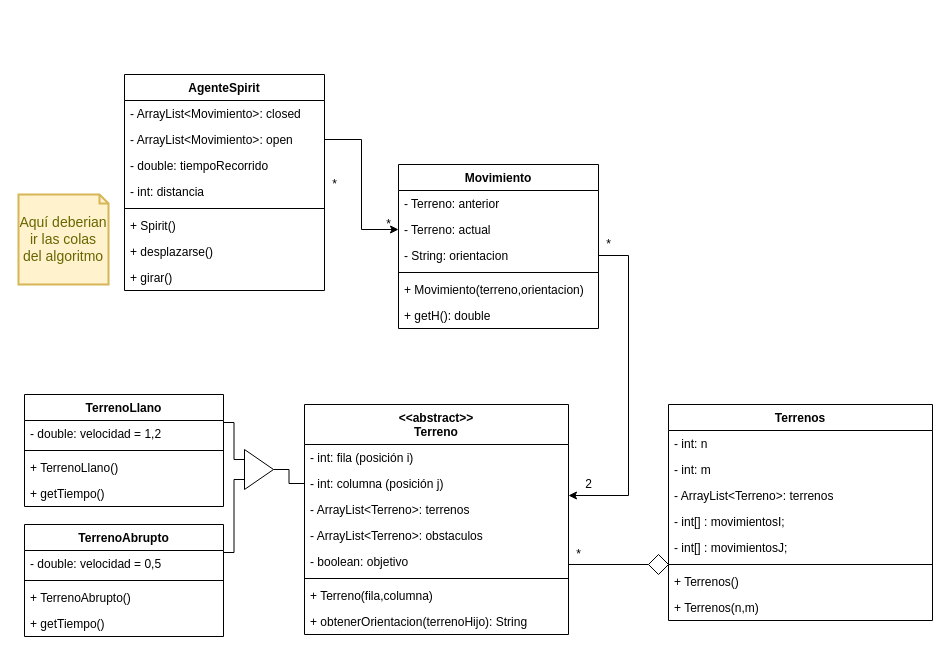
Before: Modelamiento/modelo.drawio in fibbs-bs/Spirit-BestFirstSearch, a draw.io diagram. Source tidied: cells renumbered, new cells numbered last; positions are measured from the earlier drawing's top-left corner, leaving out a move shared by most shapes. Both pictures are drawn from the tidied source at 100%, with x=0, y=0 at pixel (18, 74).
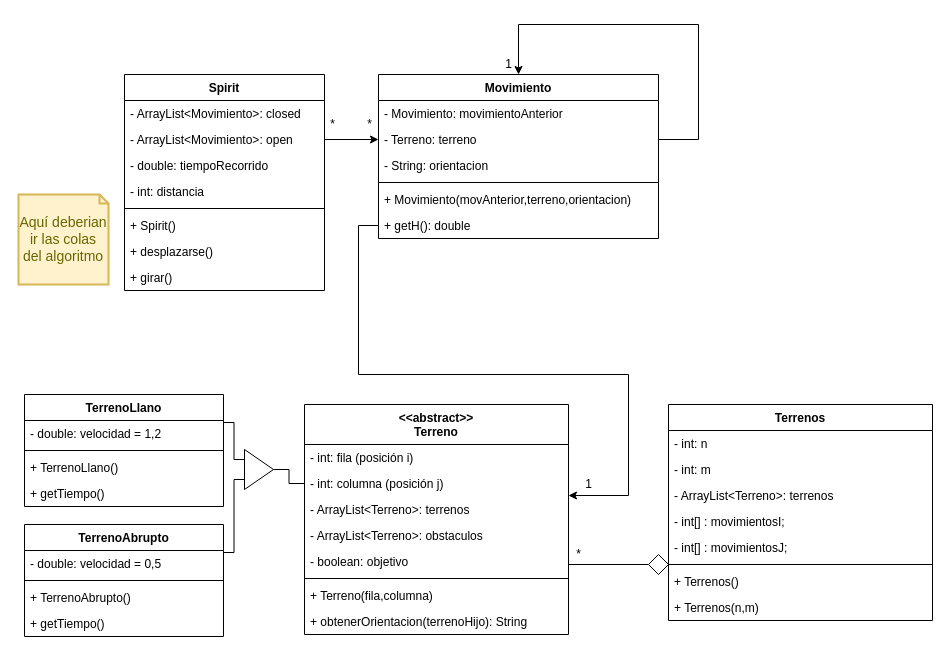
The same diagram, later.

Diff of the diagram source:
```diff
@@
-    <mxCell id="11" value="AgenteSpirit" style="swimlane;fontStyle=1;align=center;verticalAlign=top;horizontal=1;startSize=26;" parent="1" vertex="1">
+    <mxCell id="11" value="Spirit" style="swimlane;fontStyle=1;align=center;verticalAlign=top;horizontal=1;startSize=26;" parent="1" vertex="1">
       <mxGeometry x="106" width="200" height="216" as="geometry" />
     </mxCell>
@@
     <mxCell id="36" value="*" style="text;html=1;align=center;verticalAlign=middle;strokeColor=none;fillColor=none;" parent="1" vertex="1">
-      <mxGeometry x="360" y="140" width="20" height="20" as="geometry" />
+      <mxGeometry x="341" y="40" width="20" height="20" as="geometry" />
     </mxCell>
     <mxCell id="37" value="*" style="text;html=1;align=center;verticalAlign=middle;strokeColor=none;fillColor=none;" parent="1" vertex="1">
-      <mxGeometry x="306" y="100" width="20" height="20" as="geometry" />
+      <mxGeometry x="304" y="40" width="20" height="20" as="geometry" />
     </mxCell>
     <mxCell id="38" value="Movimiento" style="swimlane;fontStyle=1;align=center;verticalAlign=top;horizontal=1;startSize=26;" parent="1" vertex="1">
-      <mxGeometry x="380" y="90" width="200" height="164" as="geometry" />
+      <mxGeometry x="360" width="280" height="164" as="geometry" />
     </mxCell>
-    <mxCell id="39" value="- Terreno: anterior" style="text;strokeColor=none;fillColor=none;align=left;verticalAlign=top;spacingLeft=4;spacingRight=4;overflow=hidden;" parent="38" vertex="1">
-      <mxGeometry y="26" width="200" height="26" as="geometry" />
+    <mxCell id="39" value="- Movimiento: movimientoAnterior" style="text;strokeColor=none;fillColor=none;align=left;verticalAlign=top;spacingLeft=4;spacingRight=4;overflow=hidden;" parent="38" vertex="1">
+      <mxGeometry y="26" width="280" height="26" as="geometry" />
     </mxCell>
+    <mxCell id="60" style="edgeStyle=orthogonalEdgeStyle;html=1;exitX=1;exitY=0.5;exitDx=0;exitDy=0;entryX=0.5;entryY=0;entryDx=0;entryDy=0;rounded=0;" parent="38" edge="1" source="40" target="38">
+      <mxGeometry relative="1" as="geometry">
+        <Array as="points">
+          <mxPoint x="320" y="65" />
+          <mxPoint x="320" y="-50" />
+          <mxPoint x="140" y="-50" />
+        </Array>
+      </mxGeometry>
+    </mxCell>
-    <mxCell id="40" value="- Terreno: actual" style="text;strokeColor=none;fillColor=none;align=left;verticalAlign=top;spacingLeft=4;spacingRight=4;overflow=hidden;points=[[0,0.5],[1,0.5]];portConstraint=eastwest;" parent="38" vertex="1">
-      <mxGeometry y="52" width="200" height="26" as="geometry" />
+    <mxCell id="40" value="- Terreno: terreno" style="text;strokeColor=none;fillColor=none;align=left;verticalAlign=top;spacingLeft=4;spacingRight=4;overflow=hidden;points=[[0,0.5],[1,0.5]];portConstraint=eastwest;" parent="38" vertex="1">
+      <mxGeometry y="52" width="280" height="26" as="geometry" />
     </mxCell>
     <mxCell id="41" value="- String: orientacion" style="text;strokeColor=none;fillColor=none;align=left;verticalAlign=top;spacingLeft=4;spacingRight=4;overflow=hidden;points=[[0,0.5],[1,0.5]];portConstraint=eastwest;" parent="38" vertex="1">
-      <mxGeometry y="78" width="200" height="26" as="geometry" />
+      <mxGeometry y="78" width="280" height="26" as="geometry" />
     </mxCell>
     <mxCell id="42" style="line;strokeWidth=1;fillColor=none;align=left;verticalAlign=middle;spacingTop=-1;spacingLeft=3;spacingRight=3;labelPosition=right;" parent="38" vertex="1">
-      <mxGeometry y="104" width="200" height="8" as="geometry" />
+      <mxGeometry y="104" width="280" height="8" as="geometry" />
     </mxCell>
-    <mxCell id="43" value="+ Movimiento(terreno,orientacion)" style="text;strokeColor=none;fillColor=none;align=left;verticalAlign=top;spacingLeft=4;spacingRight=4;overflow=hidden;" parent="38" vertex="1">
-      <mxGeometry y="112" width="200" height="26" as="geometry" />
+    <mxCell id="43" value="+ Movimiento(movAnterior,terreno,orientacion)" style="text;strokeColor=none;fillColor=none;align=left;verticalAlign=top;spacingLeft=4;spacingRight=4;overflow=hidden;" parent="38" vertex="1">
+      <mxGeometry y="112" width="280" height="26" as="geometry" />
     </mxCell>
     <mxCell id="44" value="+ getH(): double" style="text;strokeColor=none;fillColor=none;align=left;verticalAlign=top;spacingLeft=4;spacingRight=4;overflow=hidden;points=[[0,0.5],[1,0.5]];portConstraint=eastwest;" parent="38" vertex="1">
-      <mxGeometry y="138" width="200" height="26" as="geometry" />
+      <mxGeometry y="138" width="280" height="26" as="geometry" />
     </mxCell>
-    <mxCell id="45" style="edgeStyle=orthogonalEdgeStyle;html=1;rounded=0;exitX=1;exitY=0.5;exitDx=0;exitDy=0;" parent="1" edge="1" source="41">
+    <mxCell id="45" style="edgeStyle=orthogonalEdgeStyle;html=1;rounded=0;exitX=0;exitY=0.5;exitDx=0;exitDy=0;" parent="1" edge="1" source="44">
       <mxGeometry relative="1" as="geometry">
         <mxPoint x="550" y="421" as="targetPoint" />
         <Array as="points">
-          <mxPoint x="610" y="181" />
+          <mxPoint x="340" y="151" />
+          <mxPoint x="340" y="300" />
+          <mxPoint x="610" y="300" />
           <mxPoint x="610" y="421" />
         </Array>
       </mxGeometry>
     </mxCell>
-    <mxCell id="46" value="2" style="text;html=1;align=center;verticalAlign=middle;strokeColor=none;fillColor=none;" parent="1" vertex="1">
+    <mxCell id="46" value="1" style="text;html=1;align=center;verticalAlign=middle;strokeColor=none;fillColor=none;" parent="1" vertex="1">
       <mxGeometry x="560" y="400" width="20" height="20" as="geometry" />
     </mxCell>
@@
-    <mxCell id="59" value="*" style="text;html=1;align=center;verticalAlign=middle;strokeColor=none;fillColor=none;" parent="1" vertex="1">
-      <mxGeometry x="580" y="160" width="20" height="20" as="geometry" />
-    </mxCell>
+    <mxCell id="61" value="1" style="text;html=1;align=center;verticalAlign=middle;strokeColor=none;fillColor=none;" parent="1" vertex="1">
+      <mxGeometry x="480" y="-20" width="20" height="20" as="geometry" />
+    </mxCell>
```
